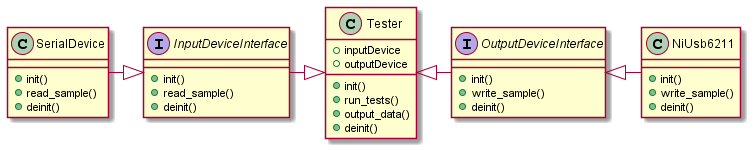
Jyrijoul/arduino-adc-tester keeps this PlantUML diagram as docs/diagrams/out/class_diagram/tester.png. Above is the earlier version.
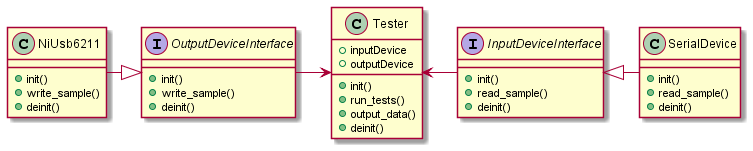
Above is the later version.

Commit message:
Update the class diagram

What changed in the source:
```diff
@@ -33,10 +33,10 @@
     + deinit()
 }
 
-OutputDeviceInterface <|-right- NiUsb6211
-InputDeviceInterface <|-left- SerialDevice
+OutputDeviceInterface <|-left- NiUsb6211
+InputDeviceInterface <|-right- SerialDevice
 
-Tester <|-right- OutputDeviceInterface
-Tester <|-left- InputDeviceInterface
+Tester <-left- OutputDeviceInterface
+Tester <-right- InputDeviceInterface
 
 @enduml
```
